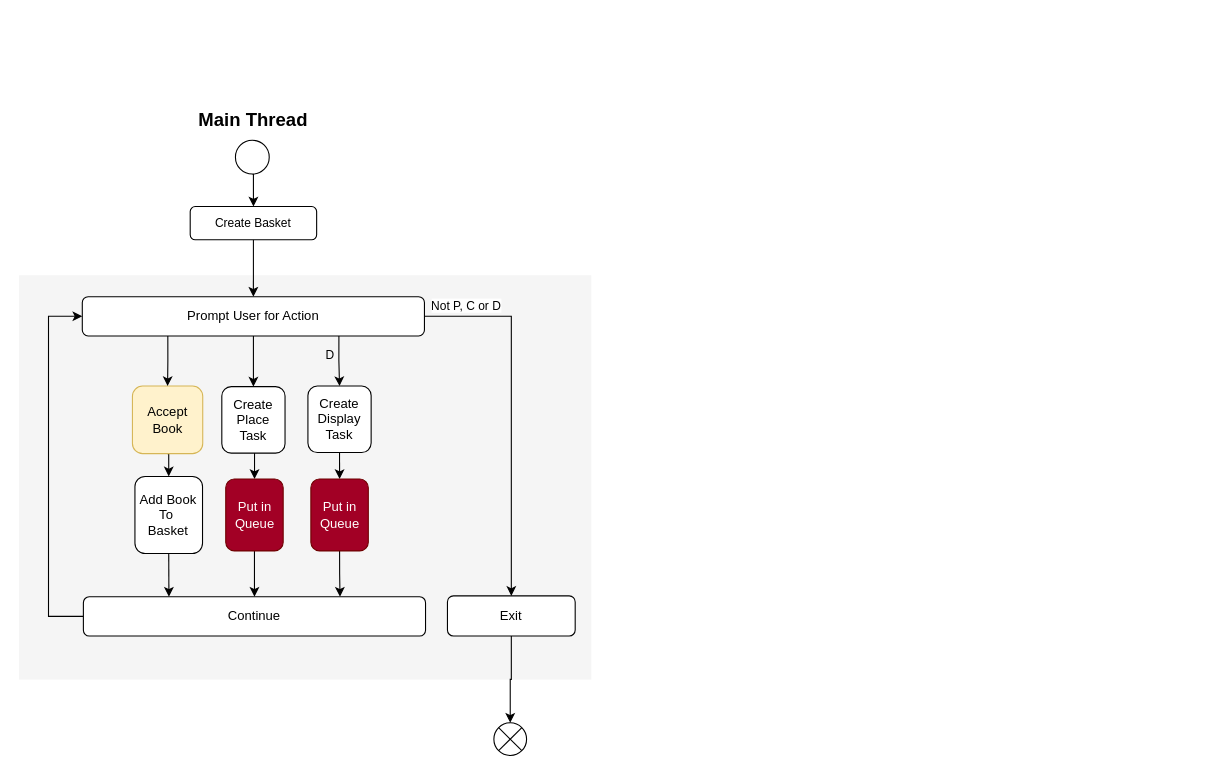
Earlier version of the draw.io diagram page "multi-threaded" (3 of 3) of sample/LibraryManager.drawio (vishalpalaniappan/asp-adli-python). Source tidied: cells renumbered, new cells numbered last; positions are measured from the earlier drawing's top-left corner, leaving out a move shared by most shapes. Both pictures are drawn from the tidied source at 109%, with x=0, y=0 at pixel (19, 108).
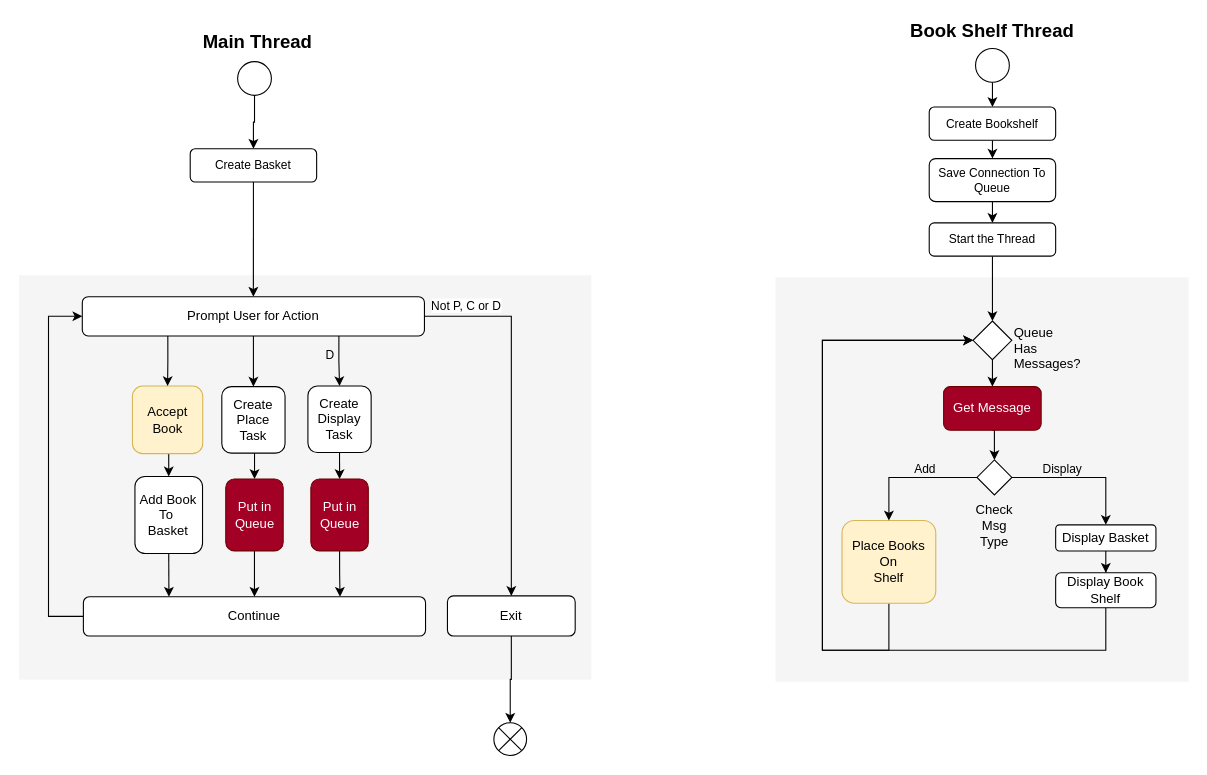
After the change.

Commit message (it also covers changes not shown here):
Further develop system diagram and improve implementation.

Change to the diagram source:
```diff
@@
     <mxCell id="5" value="Main Thread" style="text;html=1;align=center;verticalAlign=middle;whiteSpace=wrap;rounded=0;fontStyle=1;fontSize=17;" parent="1" vertex="1">
-      <mxGeometry x="158.2" width="113.5" height="24" as="geometry" />
+      <mxGeometry x="162" y="-72" width="113.5" height="24" as="geometry" />
     </mxCell>
@@
     <mxCell id="7" style="ellipse;whiteSpace=wrap;html=1;" parent="1" vertex="1">
-      <mxGeometry x="198.5" y="29.2" width="31" height="31" as="geometry" />
+      <mxGeometry x="200.5" y="-43" width="31" height="31" as="geometry" />
     </mxCell>
@@
     <mxCell id="12" value="Create Basket" style="rounded=1;whiteSpace=wrap;html=1;fontSize=11;" parent="1" vertex="1">
-      <mxGeometry x="157" y="90" width="116" height="30.5" as="geometry" />
+      <mxGeometry x="157" y="37" width="116" height="30.5" as="geometry" />
     </mxCell>
@@
+    <mxCell id="32" style="rounded=0;whiteSpace=wrap;html=1;fillColor=#f5f5f5;fontColor=#333333;strokeColor=none;labelPosition=left;verticalLabelPosition=middle;align=right;verticalAlign=middle;" parent="1" vertex="1">
+      <mxGeometry x="694" y="155" width="379" height="371" as="geometry" />
+    </mxCell>
+    <mxCell id="33" style="edgeStyle=orthogonalEdgeStyle;rounded=0;jettySize=auto;html=1;exitX=0.5;exitY=1;exitDx=0;exitDy=0;entryX=0.5;entryY=0;entryDx=0;entryDy=0;" parent="1" edge="1" source="34" target="53">
+      <mxGeometry relative="1" as="geometry" />
+    </mxCell>
+    <mxCell id="34" value="Create Bookshelf" style="rounded=1;whiteSpace=wrap;html=1;fontSize=11;" parent="1" vertex="1">
+      <mxGeometry x="835" y="-1.3" width="116" height="30.5" as="geometry" />
+    </mxCell>
+    <mxCell id="35" style="edgeStyle=orthogonalEdgeStyle;rounded=0;jettySize=auto;html=1;exitX=0.5;exitY=1;exitDx=0;exitDy=0;entryX=0;entryY=0.5;entryDx=0;entryDy=0;" parent="1" edge="1" source="36" target="40">
+      <mxGeometry relative="1" as="geometry">
+        <Array as="points">
+          <mxPoint x="798" y="497" />
+          <mxPoint x="737" y="497" />
+          <mxPoint x="737" y="213" />
+        </Array>
+      </mxGeometry>
+    </mxCell>
+    <mxCell id="36" value="Place Books&lt;div&gt;On&lt;/div&gt;&lt;div&gt;Shelf&lt;/div&gt;" style="rounded=1;whiteSpace=wrap;html=1;fillColor=#fff2cc;strokeColor=#d6b656;" parent="1" vertex="1">
+      <mxGeometry x="755" y="378" width="86" height="76" as="geometry" />
+    </mxCell>
+    <mxCell id="37" style="edgeStyle=orthogonalEdgeStyle;rounded=0;jettySize=auto;html=1;exitX=0.5;exitY=1;exitDx=0;exitDy=0;entryX=0.5;entryY=0;entryDx=0;entryDy=0;" parent="1" edge="1" source="38" target="45">
+      <mxGeometry relative="1" as="geometry" />
+    </mxCell>
+    <mxCell id="38" value="Get Message" style="rounded=1;whiteSpace=wrap;html=1;fillColor=#a20025;fontColor=#ffffff;strokeColor=#6F0000;" parent="1" vertex="1">
+      <mxGeometry x="848.2" y="255.2" width="89.5" height="40" as="geometry" />
+    </mxCell>
+    <mxCell id="39" style="edgeStyle=orthogonalEdgeStyle;rounded=0;jettySize=auto;html=1;" parent="1" edge="1" source="40" target="38">
+      <mxGeometry relative="1" as="geometry" />
+    </mxCell>
+    <mxCell id="40" value="&lt;div&gt;&lt;br&gt;&lt;/div&gt;Queue&lt;div&gt;Has Messages?&lt;/div&gt;" style="rhombus;whiteSpace=wrap;html=1;labelPosition=right;verticalLabelPosition=middle;align=left;verticalAlign=middle;" parent="1" vertex="1">
+      <mxGeometry x="875.2" y="195" width="35.5" height="35.5" as="geometry" />
+    </mxCell>
+    <mxCell id="41" style="edgeStyle=orthogonalEdgeStyle;rounded=0;jettySize=auto;html=1;exitX=0;exitY=0.5;exitDx=0;exitDy=0;" parent="1" edge="1" source="45" target="36">
+      <mxGeometry relative="1" as="geometry" />
+    </mxCell>
+    <mxCell id="42" value="Add" style="edgeLabel;html=1;align=center;verticalAlign=middle;labelBackgroundColor=none;" parent="41" vertex="1">
+      <mxGeometry x="-0.05" y="1" relative="1" as="geometry">
+        <mxPoint x="9" y="-9" as="offset" />
+      </mxGeometry>
+    </mxCell>
+    <mxCell id="43" style="edgeStyle=orthogonalEdgeStyle;rounded=0;jettySize=auto;html=1;exitX=1;exitY=0.5;exitDx=0;exitDy=0;entryX=0.5;entryY=0;entryDx=0;entryDy=0;" parent="1" edge="1" source="45" target="47">
+      <mxGeometry relative="1" as="geometry" />
+    </mxCell>
+    <mxCell id="44" value="Display" style="edgeLabel;html=1;align=center;verticalAlign=middle;labelBackgroundColor=none;" parent="43" vertex="1">
+      <mxGeometry x="-0.24" y="3" relative="1" as="geometry">
+        <mxPoint x="-3" y="-5" as="offset" />
+      </mxGeometry>
+    </mxCell>
+    <mxCell id="45" value="Check Msg Type" style="rhombus;whiteSpace=wrap;html=1;labelPosition=center;verticalLabelPosition=bottom;align=center;verticalAlign=top;" parent="1" vertex="1">
+      <mxGeometry x="878.8" y="322.5" width="32" height="32" as="geometry" />
+    </mxCell>
+    <mxCell id="46" style="edgeStyle=orthogonalEdgeStyle;rounded=0;jettySize=auto;html=1;" parent="1" edge="1" source="47" target="49">
+      <mxGeometry relative="1" as="geometry" />
+    </mxCell>
+    <mxCell id="47" value="Display&amp;nbsp;&lt;span style=&quot;background-color: initial;&quot;&gt;Basket&lt;/span&gt;" style="rounded=1;whiteSpace=wrap;html=1;fontSize=12;" parent="1" vertex="1">
+      <mxGeometry x="951" y="382" width="92" height="24" as="geometry" />
+    </mxCell>
+    <mxCell id="48" style="edgeStyle=orthogonalEdgeStyle;rounded=0;jettySize=auto;html=1;exitX=0.5;exitY=1;exitDx=0;exitDy=0;entryX=0;entryY=0.5;entryDx=0;entryDy=0;" parent="1" edge="1" source="49" target="40">
+      <mxGeometry relative="1" as="geometry">
+        <Array as="points">
+          <mxPoint x="997" y="497" />
+          <mxPoint x="737" y="497" />
+          <mxPoint x="737" y="213" />
+        </Array>
+      </mxGeometry>
+    </mxCell>
+    <mxCell id="49" value="Display Book Shelf" style="rounded=1;whiteSpace=wrap;html=1;fontSize=12;" parent="1" vertex="1">
+      <mxGeometry x="951" y="426" width="92" height="32" as="geometry" />
+    </mxCell>
+    <mxCell id="50" style="edgeStyle=orthogonalEdgeStyle;rounded=0;jettySize=auto;html=1;" parent="1" edge="1" source="51" target="40">
+      <mxGeometry relative="1" as="geometry" />
+    </mxCell>
+    <mxCell id="51" value="Start the Thread" style="rounded=1;whiteSpace=wrap;html=1;fontSize=11;" parent="1" vertex="1">
+      <mxGeometry x="835" y="105" width="116" height="30.5" as="geometry" />
+    </mxCell>
+    <mxCell id="52" style="edgeStyle=orthogonalEdgeStyle;rounded=0;jettySize=auto;html=1;exitX=0.5;exitY=1;exitDx=0;exitDy=0;entryX=0.5;entryY=0;entryDx=0;entryDy=0;" parent="1" edge="1" source="53" target="51">
+      <mxGeometry relative="1" as="geometry" />
+    </mxCell>
+    <mxCell id="53" value="Save Connection To Queue" style="rounded=1;whiteSpace=wrap;html=1;fontSize=11;" parent="1" vertex="1">
+      <mxGeometry x="835" y="46" width="116" height="39.5" as="geometry" />
+    </mxCell>
+    <mxCell id="54" value="Book Shelf Thread" style="text;html=1;align=center;verticalAlign=middle;whiteSpace=wrap;rounded=0;fontStyle=1;fontSize=17;" parent="1" vertex="1">
+      <mxGeometry x="800" y="-82" width="186" height="24" as="geometry" />
+    </mxCell>
+    <mxCell id="55" style="edgeStyle=orthogonalEdgeStyle;rounded=0;jettySize=auto;html=1;exitX=0.5;exitY=1;exitDx=0;exitDy=0;entryX=0.5;entryY=0;entryDx=0;entryDy=0;" parent="1" edge="1" source="56" target="34">
+      <mxGeometry relative="1" as="geometry" />
+    </mxCell>
+    <mxCell id="56" style="ellipse;whiteSpace=wrap;html=1;" parent="1" vertex="1">
+      <mxGeometry x="877.5" y="-55" width="31" height="31" as="geometry" />
+    </mxCell>
```
